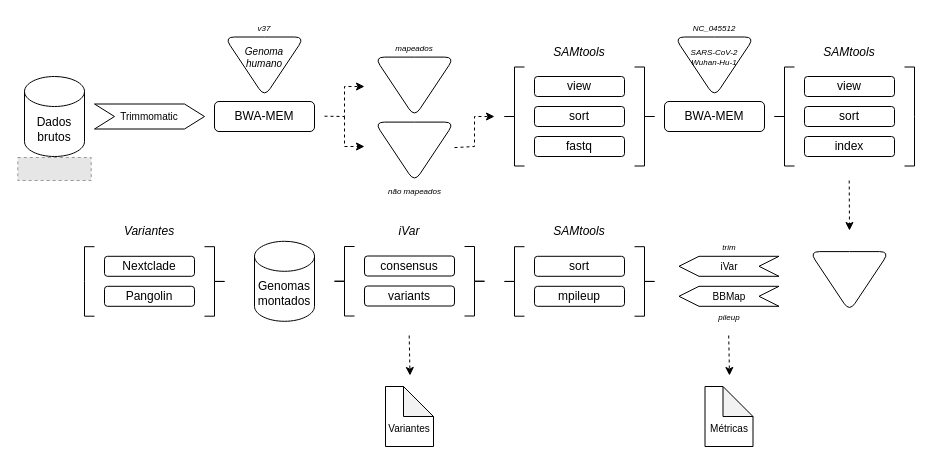
Before: workflow_sars-cov-2.drawio in ekazuo/draw-io, a draw.io diagram. Source tidied: cells renumbered, new cells numbered last; positions are measured from the earlier drawing's top-left corner, leaving out a move shared by most shapes. Both pictures are drawn from the tidied source at 100%, with x=0, y=0 at pixel (17, 16). Pictures stored in the file or linked from it are replaced by grey dashed boxes.
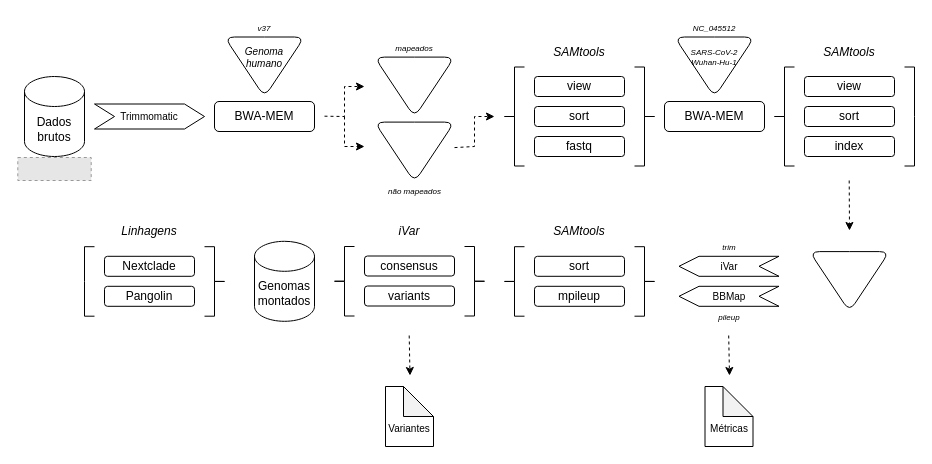
The same page after the edit.

Commit message:
sars-cov-2 linhagens

Diff of the diagram source:
```diff
@@
-    <mxCell id="54" value="&lt;i&gt;Variantes&lt;/i&gt;" style="text;html=1;strokeColor=none;fillColor=none;align=center;verticalAlign=middle;whiteSpace=wrap;rounded=0;fontSize=12;" parent="1" vertex="1">
+    <mxCell id="54" value="&lt;i&gt;Linhagens&lt;/i&gt;" style="text;html=1;strokeColor=none;fillColor=none;align=center;verticalAlign=middle;whiteSpace=wrap;rounded=0;fontSize=12;" parent="1" vertex="1">
       <mxGeometry x="82" y="200.2" width="100" height="30" as="geometry" />
     </mxCell>
```
